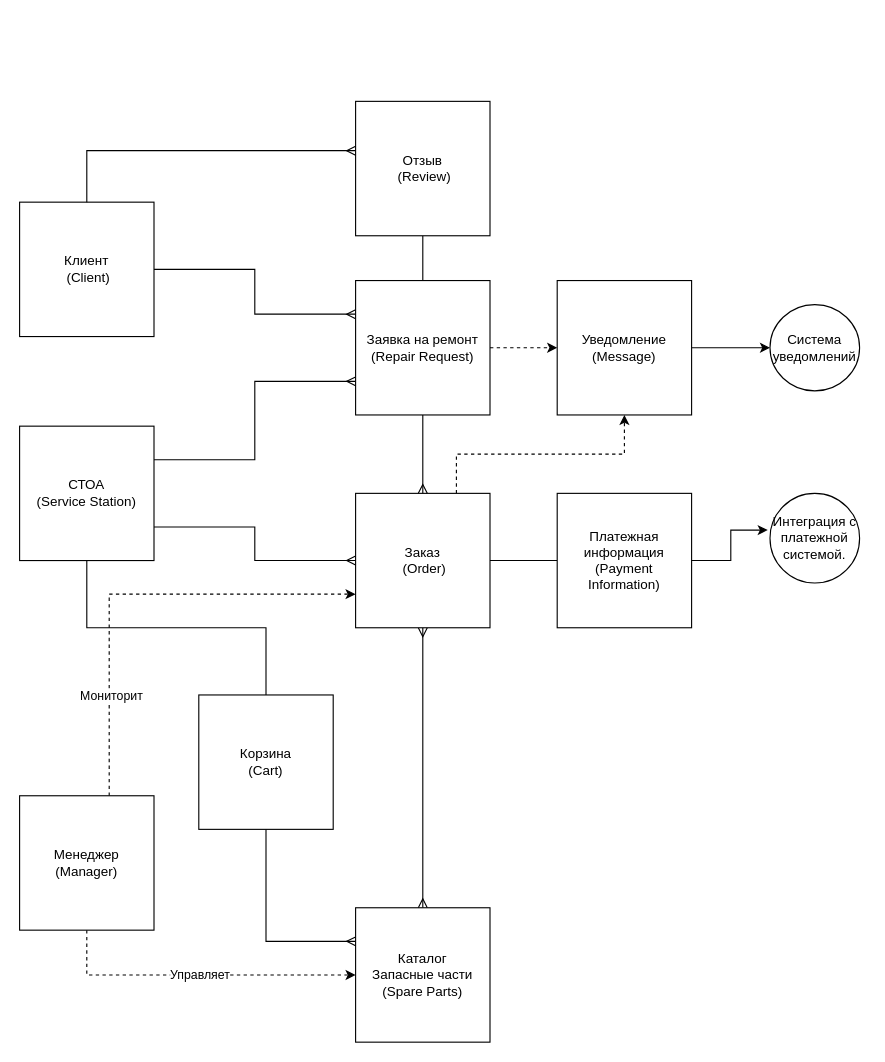
samsonovsa/OtusArhitectureFinalProject keeps this draw.io diagram as 2.Solution/3 Domain model.drawio. Above is the earlier version. Source tidied: cells renumbered, new cells numbered last; positions are measured from the earlier drawing's top-left corner, leaving out a move shared by most shapes. Both pictures are drawn from the tidied source at 112%, with x=0, y=0 at pixel (19, 101).
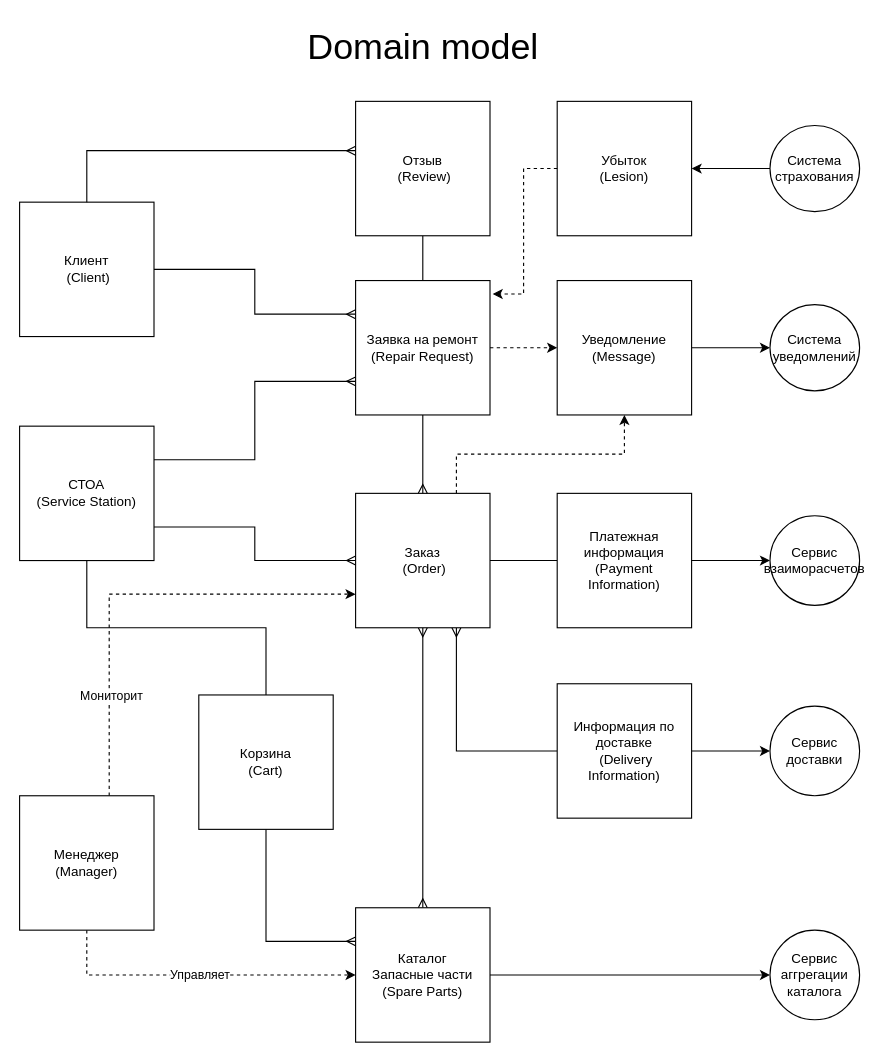
After the change.

The change refers to these unchanged cells:
```xml
<mxCell id="7" value="Заказ&lt;br&gt;&amp;nbsp;(Order)" style="whiteSpace=wrap;html=1;" parent="1" vertex="1">
  <mxGeometry x="300" y="350" width="120" height="120" as="geometry" />
</mxCell>
<mxCell id="16" value="Заявка на ремонт&lt;br&gt;(Repair Request)" style="whiteSpace=wrap;html=1;" parent="1" vertex="1">
  <mxGeometry x="300" y="160" width="120" height="120" as="geometry" />
</mxCell>
<mxCell id="17" value="Платежная информация (Payment Information)" style="whiteSpace=wrap;html=1;" parent="1" vertex="1">
  <mxGeometry x="480" y="350" width="120" height="120" as="geometry" />
</mxCell>
<mxCell id="23" value="Каталог&lt;br&gt;Запасные части (Spare Parts)" style="whiteSpace=wrap;html=1;" parent="1" vertex="1">
  <mxGeometry x="300" y="720" width="120" height="120" as="geometry" />
</mxCell>
```

What changed in the source:
```diff
@@
-    <mxCell id="3" value="Интеграция с платежной системой." style="ellipse;whiteSpace=wrap;html=1;" parent="1" vertex="1">
-      <mxGeometry x="670" y="350" width="80" height="80" as="geometry" />
+    <mxCell id="3" value="Cервис взаиморасчетов" style="ellipse;whiteSpace=wrap;html=1;" parent="1" vertex="1">
+      <mxGeometry x="670" y="370" width="80" height="80" as="geometry" />
     </mxCell>
@@
+    <mxCell id="32" style="edgeStyle=orthogonalEdgeStyle;rounded=0;jettySize=auto;html=1;exitX=0.75;exitY=1;exitDx=0;exitDy=0;entryX=0;entryY=0.5;entryDx=0;entryDy=0;endArrow=none;endFill=0;startArrow=ERmany;startFill=0;" parent="1" edge="1" source="7" target="39">
+      <mxGeometry relative="1" as="geometry" />
+    </mxCell>
@@
+    <mxCell id="33" style="edgeStyle=orthogonalEdgeStyle;rounded=0;jettySize=auto;html=1;exitX=1;exitY=0.5;exitDx=0;exitDy=0;entryX=0;entryY=0.5;entryDx=0;entryDy=0;" parent="1" edge="1" source="23" target="41">
+      <mxGeometry relative="1" as="geometry" />
+    </mxCell>
@@
-    <mxCell id="24" style="edgeStyle=orthogonalEdgeStyle;rounded=0;jettySize=auto;html=1;exitX=1;exitY=0.5;exitDx=0;exitDy=0;entryX=-0.025;entryY=0.41;entryDx=0;entryDy=0;entryPerimeter=0;" parent="1" edge="1" source="17" target="3">
+    <mxCell id="24" style="edgeStyle=orthogonalEdgeStyle;rounded=0;jettySize=auto;html=1;exitX=1;exitY=0.5;exitDx=0;exitDy=0;entryX=0;entryY=0.5;entryDx=0;entryDy=0;" parent="1" edge="1" source="17" target="3">
       <mxGeometry relative="1" as="geometry" />
     </mxCell>
@@
+    <mxCell id="34" value="Убыток &lt;br&gt;(Lesion)" style="whiteSpace=wrap;html=1;" parent="1" vertex="1">
+      <mxGeometry x="480" width="120" height="120" as="geometry" />
+    </mxCell>
+    <mxCell id="35" style="edgeStyle=orthogonalEdgeStyle;rounded=0;jettySize=auto;html=1;exitX=0;exitY=0.5;exitDx=0;exitDy=0;dashed=1;entryX=1.02;entryY=0.1;entryDx=0;entryDy=0;entryPerimeter=0;" parent="1" edge="1" source="34" target="16">
+      <mxGeometry relative="1" as="geometry">
+        <Array as="points">
+          <mxPoint x="450" y="60" />
+          <mxPoint x="450" y="172" />
+        </Array>
+      </mxGeometry>
+    </mxCell>
+    <mxCell id="36" style="edgeStyle=orthogonalEdgeStyle;rounded=0;jettySize=auto;html=1;entryX=1;entryY=0.5;entryDx=0;entryDy=0;" parent="1" edge="1" source="37" target="34">
+      <mxGeometry relative="1" as="geometry" />
+    </mxCell>
+    <mxCell id="37" value="Cистема страхования" style="ellipse;whiteSpace=wrap;html=1;" parent="1" vertex="1">
+      <mxGeometry x="670" y="21.5" width="80" height="77" as="geometry" />
+    </mxCell>
+    <mxCell id="38" style="edgeStyle=orthogonalEdgeStyle;rounded=0;jettySize=auto;html=1;exitX=1;exitY=0.5;exitDx=0;exitDy=0;entryX=0;entryY=0.5;entryDx=0;entryDy=0;" parent="1" edge="1" source="39" target="40">
+      <mxGeometry relative="1" as="geometry" />
+    </mxCell>
+    <mxCell id="39" value="Информация по доставке&lt;br&gt;&amp;nbsp;(Delivery Information)" style="whiteSpace=wrap;html=1;" parent="1" vertex="1">
+      <mxGeometry x="480" y="520" width="120" height="120" as="geometry" />
+    </mxCell>
+    <mxCell id="40" value="Сервис доставки" style="ellipse;whiteSpace=wrap;html=1;" parent="1" vertex="1">
+      <mxGeometry x="670" y="540" width="80" height="80" as="geometry" />
+    </mxCell>
+    <mxCell id="41" value="Сервис аггрегации каталога" style="ellipse;whiteSpace=wrap;html=1;" parent="1" vertex="1">
+      <mxGeometry x="670" y="740" width="80" height="80" as="geometry" />
+    </mxCell>
+    <mxCell id="42" value="Domain model" style="text;html=1;align=center;verticalAlign=middle;strokeColor=none;fillColor=none;fontSize=32;" parent="1" vertex="1">
+      <mxGeometry x="245" y="-73" width="230" height="50" as="geometry" />
+    </mxCell>
```
